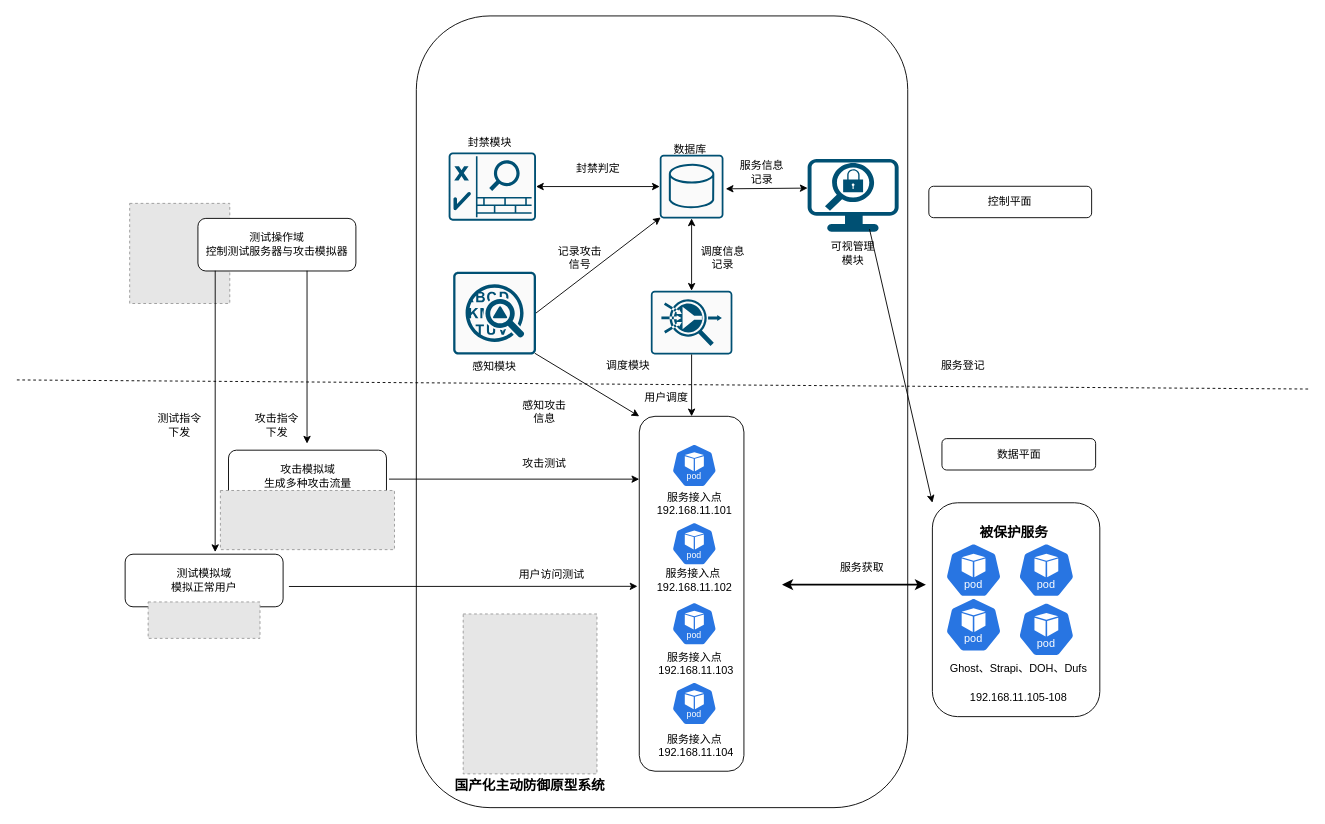
This is test_environment_domain.drawio from Norton-Lin/Picture, a draw.io file, before an edit. Source tidied: cells renumbered, new cells numbered last; positions are measured from the earlier drawing's top-left corner, leaving out a move shared by most shapes. Both pictures are drawn from the tidied source at 91%, with x=0, y=0 at pixel (15, 15). Pictures stored in the file or linked from it are replaced by grey dashed boxes.
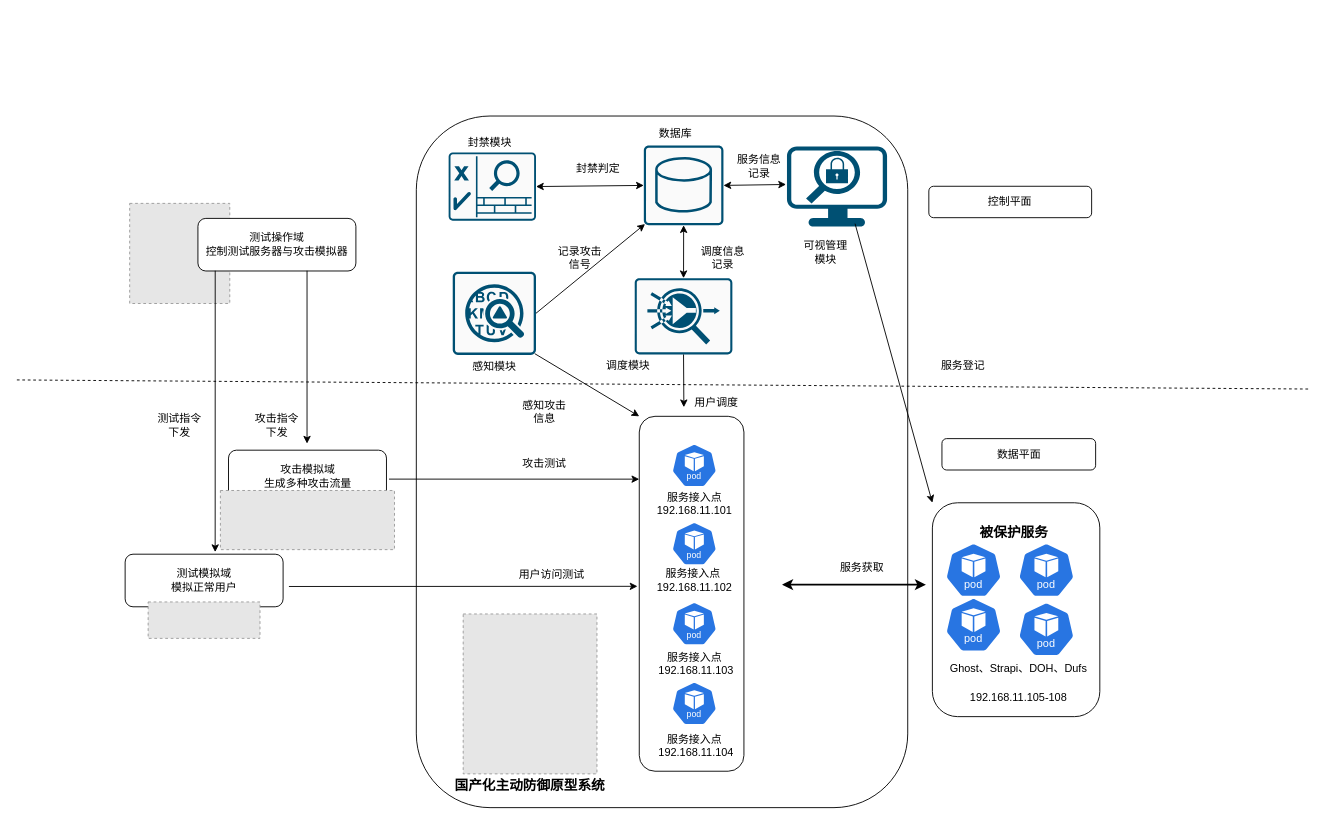
The same diagram, later.

Unchanged cells that the change refers to:
```xml
<mxCell id="4" style="rounded=1;whiteSpace=wrap;html=1;" parent="1" vertex="1">
  <mxGeometry x="685" y="440" width="115" height="390" as="geometry" />
</mxCell>
```

Diff of the diagram source:
```diff
@@
     <mxCell id="3" style="rounded=1;whiteSpace=wrap;html=1;" parent="1" vertex="1">
-      <mxGeometry x="440" width="540" height="870" as="geometry" />
+      <mxGeometry x="440" y="110" width="540" height="760" as="geometry" />
     </mxCell>
@@
     <mxCell id="7" style="sketch=0;points=[[0.015,0.015,0],[0.985,0.015,0],[0.985,0.985,0],[0.015,0.985,0],[0.25,0,0],[0.5,0,0],[0.75,0,0],[1,0.25,0],[1,0.5,0],[1,0.75,0],[0.75,1,0],[0.5,1,0],[0.25,1,0],[0,0.75,0],[0,0.5,0],[0,0.25,0]];verticalLabelPosition=bottom;html=1;verticalAlign=top;align=center;shape=mxgraph.cisco19.rect;prIcon=anomaly_detection;fillColor=#FAFAFA;strokeColor=#005073;" parent="1" vertex="1">
-      <mxGeometry x="480.5" y="281" width="91" height="91" as="geometry" />
+      <mxGeometry x="480" y="281" width="91.5" height="91.5" as="geometry" />
     </mxCell>
     <mxCell id="8" style="sketch=0;points=[[0.015,0.015,0],[0.985,0.015,0],[0.985,0.985,0],[0.015,0.985,0],[0.25,0,0],[0.5,0,0],[0.75,0,0],[1,0.25,0],[1,0.5,0],[1,0.75,0],[0.75,1,0],[0.5,1,0],[0.25,1,0],[0,0.75,0],[0,0.5,0],[0,0.25,0]];verticalLabelPosition=bottom;html=1;verticalAlign=top;align=center;shape=mxgraph.cisco19.rect;prIcon=flow_collector;fillColor=#FAFAFA;strokeColor=#005073;" parent="1" vertex="1">
-      <mxGeometry x="697.7" y="302" width="89.6" height="70" as="geometry" />
+      <mxGeometry x="680" y="288.2" width="107.3" height="83.8" as="geometry" />
     </mxCell>
@@
     <mxCell id="26" value="用户调度" style="text;html=1;align=center;verticalAlign=middle;whiteSpace=wrap;rounded=0;" parent="1" vertex="1">
-      <mxGeometry x="685" y="404.5" width="60" height="30" as="geometry" />
+      <mxGeometry x="740" y="410" width="60" height="30" as="geometry" />
     </mxCell>
     <mxCell id="27" style="sketch=0;points=[[0.015,0.015,0],[0.985,0.015,0],[0.985,0.985,0],[0.015,0.985,0],[0.25,0,0],[0.5,0,0],[0.75,0,0],[1,0.25,0],[1,0.5,0],[1,0.75,0],[0.75,1,0],[0.5,1,0],[0.25,1,0],[0,0.75,0],[0,0.5,0],[0,0.25,0]];verticalLabelPosition=bottom;html=1;verticalAlign=top;align=center;shape=mxgraph.cisco19.rect;prIcon=database_relational;fillColor=#FAFAFA;strokeColor=#005073;" parent="1" vertex="1">
-      <mxGeometry x="707.5" y="152.5" width="70" height="70" as="geometry" />
+      <mxGeometry x="690" y="142.5" width="87.5" height="87.5" as="geometry" />
     </mxCell>
     <mxCell id="28" value="数据库" style="text;html=1;align=center;verticalAlign=middle;whiteSpace=wrap;rounded=0;" parent="1" vertex="1">
-      <mxGeometry x="705.5" y="133" width="70" height="28" as="geometry" />
+      <mxGeometry x="690" y="115.5" width="70" height="28" as="geometry" />
     </mxCell>
@@
     <mxCell id="31" style="points=[[0.03,0.03,0],[0.5,0,0],[0.97,0.03,0],[1,0.4,0],[0.97,0.745,0],[0.5,1,0],[0.03,0.745,0],[0,0.4,0]];verticalLabelPosition=bottom;sketch=0;html=1;verticalAlign=top;align=center;shape=mxgraph.cisco19.stealthwatch_management_console_smc;fillColor=#005073;strokeColor=none;" parent="1" vertex="1">
-      <mxGeometry x="870" y="157.2" width="100" height="80" as="geometry" />
+      <mxGeometry x="847.3" y="143.5" width="110" height="88" as="geometry" />
     </mxCell>
     <mxCell id="32" value="可视管理模块" style="text;html=1;align=center;verticalAlign=middle;whiteSpace=wrap;rounded=0;" parent="1" vertex="1">
-      <mxGeometry x="890" y="241" width="60" height="40" as="geometry" />
+      <mxGeometry x="860" y="240.3" width="60" height="40" as="geometry" />
     </mxCell>
     <mxCell id="33" value="服务信息记录" style="text;html=1;align=center;verticalAlign=middle;whiteSpace=wrap;rounded=0;" parent="1" vertex="1">
-      <mxGeometry x="790" y="157.2" width="60" height="30" as="geometry" />
+      <mxGeometry x="787.3" y="150" width="60" height="30" as="geometry" />
     </mxCell>
@@
-    <mxCell id="55" style="endArrow=classic;html=1;rounded=0;exitX=0.5;exitY=1;exitDx=0;exitDy=0;exitPerimeter=0;" parent="1" edge="1" source="8" target="4">
-      <mxGeometry relative="1" as="geometry" />
+    <mxCell id="55" style="endArrow=classic;html=1;rounded=0;exitX=0.5;exitY=1;exitDx=0;exitDy=0;exitPerimeter=0;" parent="1" edge="1" source="8">
+      <mxGeometry relative="1" as="geometry">
+        <mxPoint x="734" y="430" as="targetPoint" />
+      </mxGeometry>
     </mxCell>
@@
-    <mxCell id="60" style="endArrow=classic;startArrow=classic;html=1;rounded=0;entryX=0;entryY=0.4;entryDx=0;entryDy=0;entryPerimeter=0;" parent="1" edge="1" target="31">
-      <mxGeometry relative="1" as="geometry">
-        <mxPoint x="780" y="190" as="sourcePoint" />
-      </mxGeometry>
+    <mxCell id="60" style="endArrow=classic;startArrow=classic;html=1;rounded=0;entryX=-0.009;entryY=0.474;entryDx=0;entryDy=0;entryPerimeter=0;exitX=1;exitY=0.5;exitDx=0;exitDy=0;exitPerimeter=0;" parent="1" edge="1" source="27" target="31">
+      <mxGeometry relative="1" as="geometry" />
     </mxCell>
```
